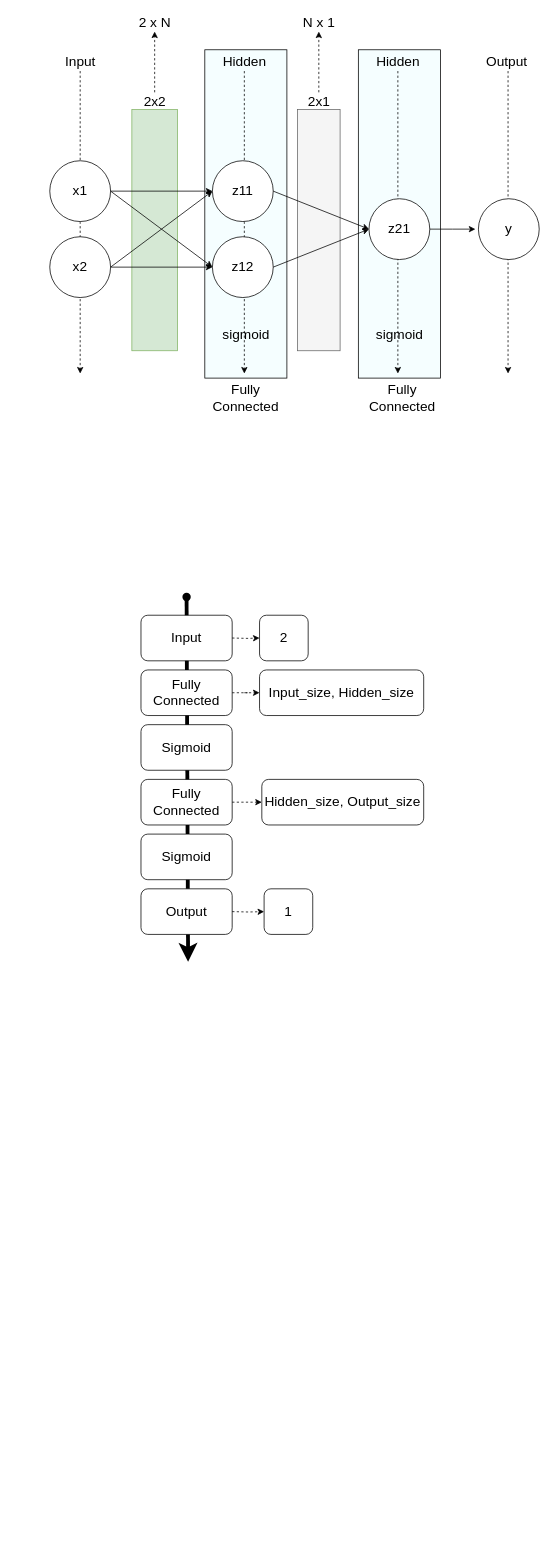
This is MLPyTorch/Figures/xor.drawio from phamtrong57/machinelearning, a draw.io file, before an edit. Source tidied: cells renumbered, new cells numbered last; positions are measured from the earlier drawing's top-left corner, leaving out a move shared by most shapes. Both pictures are drawn from the tidied source at 76%, with x=0, y=0 at pixel (49, 13).
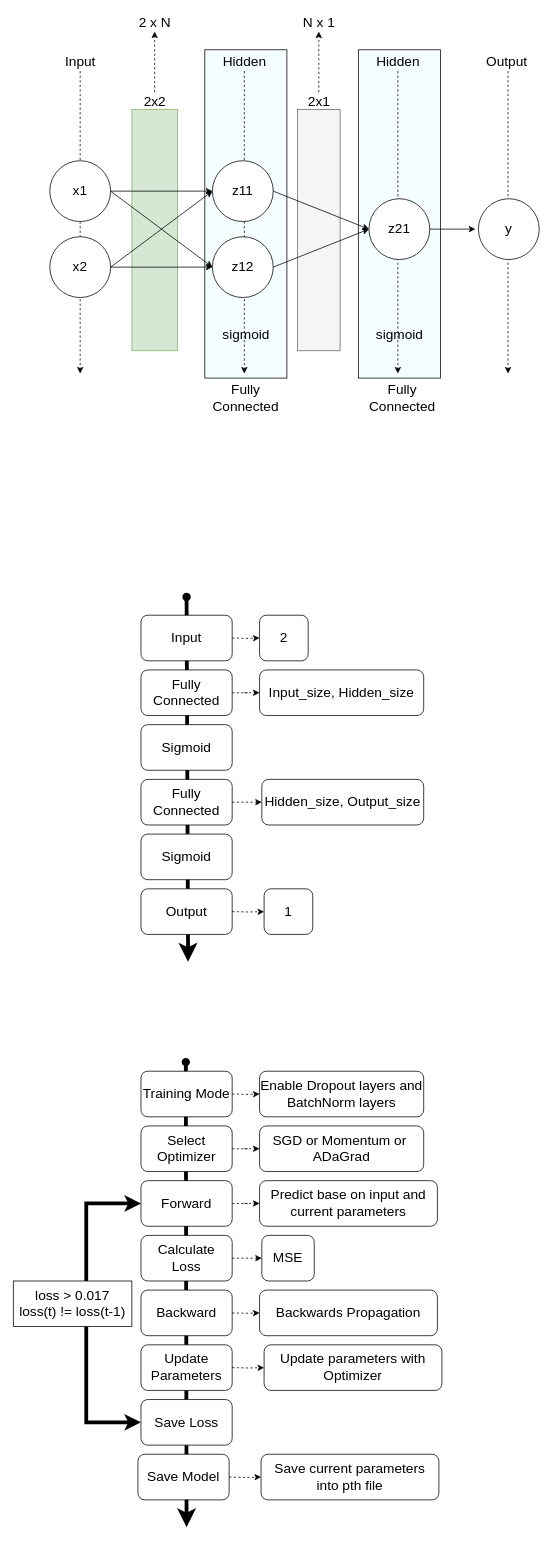
The same diagram, later.

Diff of the diagram source:
```diff
@@
+    <mxCell id="59" style="group;" parent="1" vertex="1">
+      <mxGeometry x="120" y="1368" width="396" height="516" as="geometry" />
+    </mxCell>
+    <mxCell id="60" style="endArrow=classic;html=1;rounded=0;fontSize=18;strokeWidth=5;startArrow=oval;startFill=1;endSize=9;" parent="59" edge="1">
+      <mxGeometry relative="1" as="geometry">
+        <mxPoint x="59" y="12" as="sourcePoint" />
+        <mxPoint x="60" y="624" as="targetPoint" />
+      </mxGeometry>
+    </mxCell>
+    <mxCell id="61" value="Training Mode" style="rounded=1;whiteSpace=wrap;html=1;fontSize=18;fillColor=default;" parent="59" vertex="1">
+      <mxGeometry y="24" width="120" height="60" as="geometry" />
+    </mxCell>
+    <mxCell id="62" value="&lt;span style=&quot;font-size: 18px;&quot;&gt;Select Optimizer&lt;/span&gt;" style="rounded=1;whiteSpace=wrap;html=1;fontSize=18;fillColor=default;" parent="59" vertex="1">
+      <mxGeometry y="96" width="120" height="60" as="geometry" />
+    </mxCell>
+    <mxCell id="63" value="Forward" style="rounded=1;whiteSpace=wrap;html=1;fontSize=18;fillColor=default;" parent="59" vertex="1">
+      <mxGeometry y="168" width="120" height="60" as="geometry" />
+    </mxCell>
+    <mxCell id="64" value="Calculate Loss" style="rounded=1;whiteSpace=wrap;html=1;fontSize=18;fillColor=default;" parent="59" vertex="1">
+      <mxGeometry y="240" width="120" height="60" as="geometry" />
+    </mxCell>
+    <mxCell id="65" value="&lt;span style=&quot;font-size: 18px;&quot;&gt;Backward&lt;/span&gt;" style="rounded=1;whiteSpace=wrap;html=1;fontSize=18;fillColor=default;" parent="59" vertex="1">
+      <mxGeometry y="312" width="120" height="60" as="geometry" />
+    </mxCell>
+    <mxCell id="66" value="Update Parameters" style="rounded=1;whiteSpace=wrap;html=1;fontSize=18;fillColor=default;" parent="59" vertex="1">
+      <mxGeometry y="384" width="120" height="60" as="geometry" />
+    </mxCell>
+    <mxCell id="67" value="&lt;span style=&quot;font-size: 18px;&quot;&gt;SGD or Momentum or&amp;nbsp; ADaGrad&lt;/span&gt;" style="rounded=1;whiteSpace=wrap;html=1;fontSize=18;fillColor=default;" parent="59" vertex="1">
+      <mxGeometry x="156" y="96" width="216" height="60" as="geometry" />
+    </mxCell>
+    <mxCell id="68" style="edgeStyle=orthogonalEdgeStyle;rounded=0;jettySize=auto;html=1;fontSize=18;strokeWidth=1;dashed=1;" parent="59" edge="1" source="62" target="67">
+      <mxGeometry relative="1" as="geometry" />
+    </mxCell>
+    <mxCell id="69" style="edgeStyle=orthogonalEdgeStyle;rounded=0;jettySize=auto;html=1;fontSize=18;strokeWidth=1;dashed=1;exitX=1;exitY=0.5;exitDx=0;exitDy=0;entryX=0;entryY=0.5;entryDx=0;entryDy=0;" parent="59" edge="1" source="64" target="70">
+      <mxGeometry relative="1" as="geometry" />
+    </mxCell>
+    <mxCell id="70" value="&lt;span style=&quot;font-size: 18px;&quot;&gt;MSE&lt;/span&gt;" style="rounded=1;whiteSpace=wrap;html=1;fontSize=18;fillColor=default;" parent="59" vertex="1">
+      <mxGeometry x="159" y="240" width="69" height="60" as="geometry" />
+    </mxCell>
+    <mxCell id="71" style="edgeStyle=orthogonalEdgeStyle;rounded=0;jettySize=auto;html=1;fontSize=18;strokeWidth=1;dashed=1;" parent="59" edge="1" target="72">
+      <mxGeometry relative="1" as="geometry">
+        <mxPoint x="120" y="54" as="sourcePoint" />
+      </mxGeometry>
+    </mxCell>
+    <mxCell id="72" value="&lt;span style=&quot;font-size: 18px;&quot;&gt;Enable Dropout layers and BatchNorm layers&lt;/span&gt;" style="rounded=1;whiteSpace=wrap;html=1;fontSize=18;fillColor=default;" parent="59" vertex="1">
+      <mxGeometry x="156" y="24" width="216" height="60" as="geometry" />
+    </mxCell>
+    <mxCell id="73" style="edgeStyle=orthogonalEdgeStyle;rounded=0;jettySize=auto;html=1;fontSize=18;strokeWidth=1;dashed=1;" parent="59" edge="1" target="74">
+      <mxGeometry relative="1" as="geometry">
+        <mxPoint x="120" y="414" as="sourcePoint" />
+      </mxGeometry>
+    </mxCell>
+    <mxCell id="74" value="Update parameters with Optimizer" style="rounded=1;whiteSpace=wrap;html=1;fontSize=18;fillColor=default;" parent="59" vertex="1">
+      <mxGeometry x="162" y="384" width="234" height="60" as="geometry" />
+    </mxCell>
+    <mxCell id="75" value="Save Loss" style="rounded=1;whiteSpace=wrap;html=1;fontSize=18;fillColor=default;" parent="59" vertex="1">
+      <mxGeometry y="456" width="120" height="60" as="geometry" />
+    </mxCell>
+    <mxCell id="76" style="edgeStyle=orthogonalEdgeStyle;rounded=0;jettySize=auto;html=1;fontSize=18;strokeWidth=1;dashed=1;exitX=1;exitY=0.5;exitDx=0;exitDy=0;" parent="59" edge="1" source="63" target="77">
+      <mxGeometry relative="1" as="geometry" />
+    </mxCell>
+    <mxCell id="77" value="Predict base on input and current parameters" style="rounded=1;whiteSpace=wrap;html=1;fontSize=18;fillColor=default;" parent="59" vertex="1">
+      <mxGeometry x="156" y="168" width="234" height="60" as="geometry" />
+    </mxCell>
+    <mxCell id="78" style="edgeStyle=orthogonalEdgeStyle;rounded=0;jettySize=auto;html=1;fontSize=18;strokeWidth=1;dashed=1;exitX=1;exitY=0.5;exitDx=0;exitDy=0;" parent="59" edge="1" target="79">
+      <mxGeometry relative="1" as="geometry">
+        <mxPoint x="120" y="342" as="sourcePoint" />
+      </mxGeometry>
+    </mxCell>
+    <mxCell id="79" value="Backwards Propagation" style="rounded=1;whiteSpace=wrap;html=1;fontSize=18;fillColor=default;" parent="59" vertex="1">
+      <mxGeometry x="156" y="312" width="234" height="60" as="geometry" />
+    </mxCell>
+    <mxCell id="80" style="endArrow=classic;startArrow=classic;html=1;rounded=0;entryX=0;entryY=0.5;entryDx=0;entryDy=0;exitX=0;exitY=0.5;exitDx=0;exitDy=0;strokeWidth=5;" parent="59" edge="1" source="75" target="63">
+      <mxGeometry relative="1" as="geometry">
+        <Array as="points">
+          <mxPoint x="-72" y="486" />
+          <mxPoint x="-72" y="348" />
+          <mxPoint x="-72" y="198" />
+        </Array>
+      </mxGeometry>
+    </mxCell>
+    <mxCell id="81" value="Save Model" style="rounded=1;whiteSpace=wrap;html=1;fontSize=18;fillColor=default;" parent="1" vertex="1">
+      <mxGeometry x="116" y="1896" width="120" height="60" as="geometry" />
+    </mxCell>
+    <mxCell id="82" style="edgeStyle=orthogonalEdgeStyle;rounded=0;jettySize=auto;html=1;fontSize=18;strokeWidth=1;dashed=1;" parent="1" edge="1" target="83">
+      <mxGeometry relative="1" as="geometry">
+        <mxPoint x="236" y="1926" as="sourcePoint" />
+      </mxGeometry>
+    </mxCell>
+    <mxCell id="83" value="Save current parameters into pth file" style="rounded=1;whiteSpace=wrap;html=1;fontSize=18;fillColor=default;" parent="1" vertex="1">
+      <mxGeometry x="278" y="1896" width="234" height="60" as="geometry" />
+    </mxCell>
+    <mxCell id="84" value="&lt;font style=&quot;font-size: 18px;&quot;&gt;loss &amp;gt; 0.017&lt;br style=&quot;font-size: 18px;&quot;&gt;loss(t) != loss(t-1)&lt;/font&gt;" style="rounded=0;whiteSpace=wrap;html=1;fontSize=18;" parent="1" vertex="1">
+      <mxGeometry x="-48" y="1668" width="156" height="60" as="geometry" />
+    </mxCell>
```
